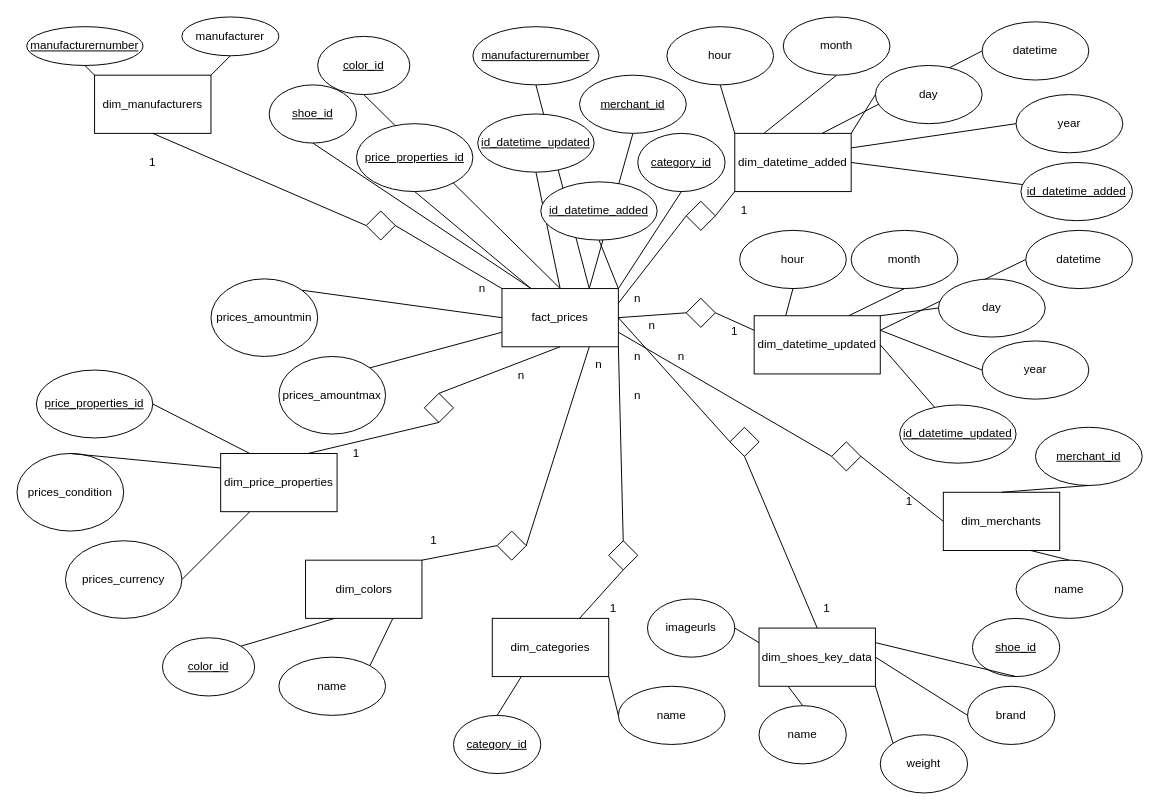
The draw.io diagram Meilenstein 1/Aufgabe 6a.drawio in MartinTomaszewski/Tabular_Playground_August, before the edit. Source tidied: cells renumbered, new cells numbered last; positions are measured from the earlier drawing's top-left corner, leaving out a move shared by most shapes. Both pictures are drawn from the tidied source at 97%, with x=0, y=0 at pixel (16, 16).
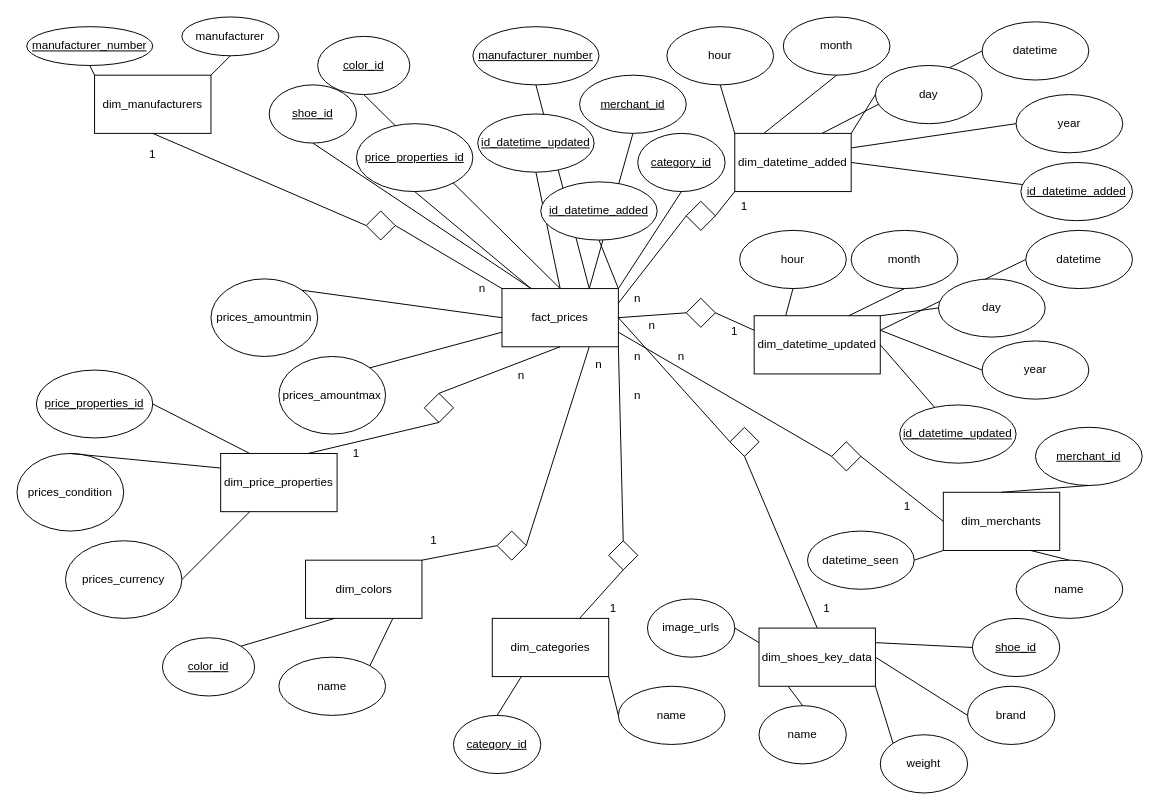
Above is the later version.

Commit message (it also covers changes not shown here):
M1 Aufgabe 7-8 bearbeitet

The change refers to these unchanged cells:
```xml
<mxCell id="11" value="dim_shoes_key_data" style="rounded=0;whiteSpace=wrap;html=1;" parent="1" vertex="1">
  <mxGeometry x="765" y="630" width="120" height="60" as="geometry" />
</mxCell>
<mxCell id="22" value="&lt;u&gt;shoe_id&lt;/u&gt;" style="ellipse;whiteSpace=wrap;html=1;" parent="1" vertex="1">
  <mxGeometry x="985" y="620" width="90" height="60" as="geometry" />
</mxCell>
<mxCell id="75" value="dim_merchants" style="rounded=0;whiteSpace=wrap;html=1;" parent="1" vertex="1">
  <mxGeometry x="955" y="490" width="120" height="60" as="geometry" />
</mxCell>
```

Diff of the diagram source:
```diff
@@
     <mxCell id="21" value="1" style="text;html=1;strokeColor=none;fillColor=none;align=center;verticalAlign=middle;whiteSpace=wrap;rounded=0;" parent="1" vertex="1">
-      <mxGeometry x="120" y="140" width="40" height="20" as="geometry" />
+      <mxGeometry x="120" y="132" width="40" height="20" as="geometry" />
     </mxCell>
@@
-    <mxCell id="23" style="endArrow=none;html=1;entryX=1;entryY=0.25;entryDx=0;entryDy=0;exitX=0.5;exitY=1;exitDx=0;exitDy=0;" parent="1" edge="1" source="22" target="11">
+    <mxCell id="23" style="endArrow=none;html=1;entryX=1;entryY=0.25;entryDx=0;entryDy=0;exitX=0;exitY=0.5;exitDx=0;exitDy=0;" parent="1" edge="1" source="22" target="11">
       <mxGeometry relative="1" as="geometry" />
     </mxCell>
@@
-    <mxCell id="26" value="&lt;u&gt;manufacturernumber&lt;/u&gt;" style="ellipse;whiteSpace=wrap;html=1;" parent="1" vertex="1">
+    <mxCell id="26" value="&lt;u&gt;manufacturer_number&lt;/u&gt;" style="ellipse;whiteSpace=wrap;html=1;" parent="1" vertex="1">
       <mxGeometry x="470" y="10" width="130" height="60" as="geometry" />
     </mxCell>
@@
-    <mxCell id="29" value="&lt;u&gt;manufacturernumber&lt;/u&gt;" style="ellipse;whiteSpace=wrap;html=1;" parent="1" vertex="1">
-      <mxGeometry x="10" y="10" width="120" height="40" as="geometry" />
+    <mxCell id="29" value="&lt;u&gt;manufacturer_number&lt;/u&gt;" style="ellipse;whiteSpace=wrap;html=1;" parent="1" vertex="1">
+      <mxGeometry x="10" y="10" width="130" height="40" as="geometry" />
     </mxCell>
@@
     <mxCell id="48" value="1" style="text;html=1;strokeColor=none;fillColor=none;align=center;verticalAlign=middle;whiteSpace=wrap;rounded=0;" parent="1" vertex="1">
-      <mxGeometry x="730" y="190" width="40" height="20" as="geometry" />
+      <mxGeometry x="730" y="185" width="40" height="20" as="geometry" />
     </mxCell>
@@
-    <mxCell id="67" value="imageurls" style="ellipse;whiteSpace=wrap;html=1;" parent="1" vertex="1">
+    <mxCell id="67" value="image_urls" style="ellipse;whiteSpace=wrap;html=1;" parent="1" vertex="1">
       <mxGeometry x="650" y="600" width="90" height="60" as="geometry" />
     </mxCell>
@@
     <mxCell id="89" value="1" style="text;html=1;strokeColor=none;fillColor=none;align=center;verticalAlign=middle;whiteSpace=wrap;rounded=0;" parent="1" vertex="1">
-      <mxGeometry x="900" y="490" width="40" height="20" as="geometry" />
+      <mxGeometry x="898" y="495" width="40" height="20" as="geometry" />
     </mxCell>
@@
+    <mxCell id="127" value="datetime_seen" style="ellipse;whiteSpace=wrap;html=1;" parent="1" vertex="1">
+      <mxGeometry x="815" y="530" width="110" height="60" as="geometry" />
+    </mxCell>
+    <mxCell id="128" style="endArrow=none;html=1;rounded=0;entryX=0;entryY=1;entryDx=0;entryDy=0;exitX=1;exitY=0.5;exitDx=0;exitDy=0;" parent="1" edge="1" source="127" target="75">
+      <mxGeometry relative="1" as="geometry" />
+    </mxCell>
```
